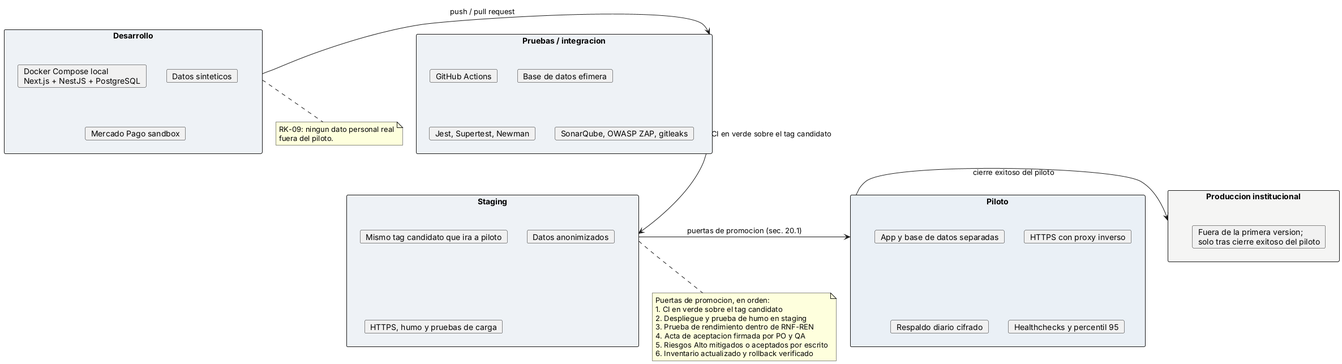
fjmp-dev/sce-control-escolar keeps this PlantUML diagram as docs/arquitectura/render/fig10-infraestructura-ambientes.png. Above is the earlier version. Source of this version:
```plantuml
@startuml fig10-infraestructura-ambientes
skinparam shadowing false

rectangle "Desarrollo" as DEV #EEF2F6 {
  card "Docker Compose local\nNext.js + NestJS + PostgreSQL" as D1
  card "Datos sinteticos" as D2
  card "Mercado Pago sandbox" as D3
}

rectangle "Pruebas / integracion" as CI #EEF2F6 {
  card "GitHub Actions" as C1
  card "Base de datos efimera" as C2
  card "Jest, Supertest, Newman" as C3
  card "SonarQube, OWASP ZAP, gitleaks" as C4
}

rectangle "Staging" as STG #EEF2F6 {
  card "Mismo tag candidato que ira a piloto" as S1
  card "Datos anonimizados" as S2
  card "HTTPS, humo y pruebas de carga" as S3
}

rectangle "Piloto" as PIL #EAF0F6 {
  card "App y base de datos separadas" as P1
  card "HTTPS con proxy inverso" as P2
  card "Respaldo diario cifrado" as P3
  card "Healthchecks y percentil 95" as P4
}

rectangle "Produccion institucional" as PRD #F5F5F4 {
  card "Fuera de la primera version;\nsolo tras cierre exitoso del piloto" as R1
}

DEV -right-> CI : push / pull request
CI -right-> STG : CI en verde sobre el tag candidato
STG -right-> PIL : puertas de promocion (sec. 20.1)
PIL -right-> PRD : cierre exitoso del piloto

note bottom of STG
  Puertas de promocion, en orden:
  1. CI en verde sobre el tag candidato
  2. Despliegue y prueba de humo en staging
  3. Prueba de rendimiento dentro de RNF-REN
  4. Acta de aceptacion firmada por PO y QA
  5. Riesgos Alto mitigados o aceptados por escrito
  6. Inventario actualizado y rollback verificado
end note

note bottom of DEV
  RK-09: ningun dato personal real
  fuera del piloto.
end note

@enduml
```
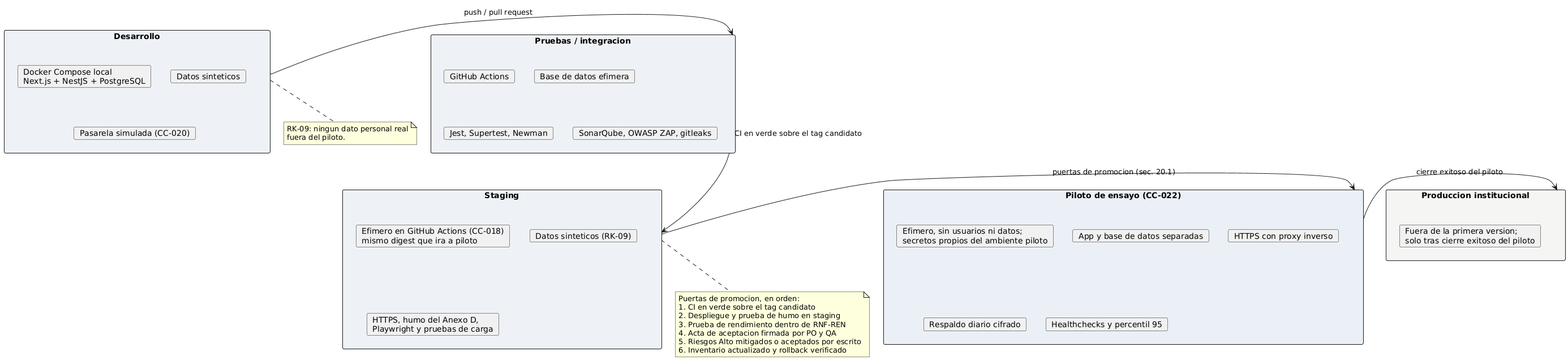
The same file after the commit.

Change to the diagram source:
```diff
@@ -4,7 +4,7 @@
 rectangle "Desarrollo" as DEV #EEF2F6 {
   card "Docker Compose local\nNext.js + NestJS + PostgreSQL" as D1
   card "Datos sinteticos" as D2
-  card "Mercado Pago sandbox" as D3
+  card "Pasarela simulada (CC-020)" as D3
 }
 
 rectangle "Pruebas / integracion" as CI #EEF2F6 {
@@ -15,12 +15,13 @@
 }
 
 rectangle "Staging" as STG #EEF2F6 {
-  card "Mismo tag candidato que ira a piloto" as S1
-  card "Datos anonimizados" as S2
-  card "HTTPS, humo y pruebas de carga" as S3
+  card "Efimero en GitHub Actions (CC-018)\nmismo digest que ira a piloto" as S1
+  card "Datos sinteticos (RK-09)" as S2
+  card "HTTPS, humo del Anexo D,\nPlaywright y pruebas de carga" as S3
 }
 
-rectangle "Piloto" as PIL #EAF0F6 {
+rectangle "Piloto de ensayo (CC-022)" as PIL #EAF0F6 {
+  card "Efimero, sin usuarios ni datos;\nsecretos propios del ambiente piloto" as P0
   card "App y base de datos separadas" as P1
   card "HTTPS con proxy inverso" as P2
   card "Respaldo diario cifrado" as P3
```
